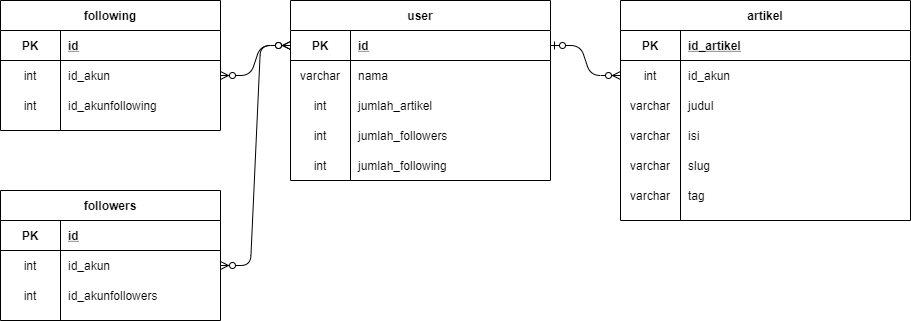
Before: public/images/erd_quiz-3.png, a diagram exported from draw.io (SatrioAkbar12/quiz-3-im-laravel-juni-2020). Source tidied: cells renumbered, new cells last; positions are measured from the earlier drawing's top-left corner, leaving out a move shared by most shapes.
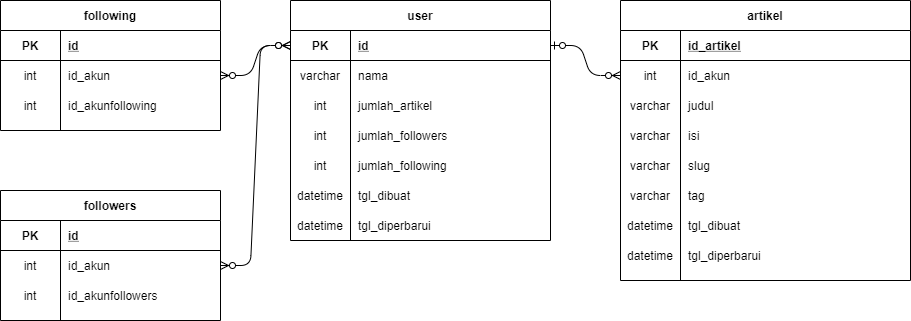
After the commit.

Commit message:
diagram erd quiz 3

The edit, as a diff of the source:
```diff
@@ -2,8 +2,17 @@
   <root>
     <mxCell id="0" />
     <mxCell id="1" parent="0" />
+    <mxCell id="18" style="edgeStyle=entityRelationEdgeStyle;fontSize=12;html=1;endArrow=ERzeroToMany;endFill=1;startArrow=ERzeroToMany;entryX=0;entryY=0.5;entryDx=0;entryDy=0;exitX=1;exitY=0.5;exitDx=0;exitDy=0;" parent="1" edge="1" source="23" target="3">
+      <mxGeometry relative="1" as="geometry" />
+    </mxCell>
+    <mxCell id="29" style="edgeStyle=entityRelationEdgeStyle;fontSize=12;html=1;endArrow=ERzeroToMany;startArrow=ERzeroToOne;exitX=1;exitY=0.5;exitDx=0;exitDy=0;entryX=0;entryY=0.5;entryDx=0;entryDy=0;" parent="1" edge="1" source="3" target="45">
+      <mxGeometry relative="1" as="geometry" />
+    </mxCell>
+    <mxCell id="40" style="edgeStyle=entityRelationEdgeStyle;fontSize=12;html=1;endArrow=ERzeroToMany;endFill=1;startArrow=ERzeroToMany;entryX=0;entryY=0.5;entryDx=0;entryDy=0;exitX=1;exitY=0.5;exitDx=0;exitDy=0;" parent="1" edge="1" source="34" target="3">
+      <mxGeometry relative="1" as="geometry" />
+    </mxCell>
     <mxCell id="2" value="user" style="shape=table;startSize=30;rowLines=0;fontStyle=1;align=center;" parent="1" vertex="1">
-      <mxGeometry x="290" width="260" height="180" as="geometry" />
+      <mxGeometry x="290" width="260" height="240" as="geometry" />
     </mxCell>
     <mxCell id="3" style="shape=partialRectangle;fillColor=none;top=0;left=0;bottom=1;right=0;points=[[0,0.5],[1,0.5]];portConstraint=eastwest;" parent="2" vertex="1">
       <mxGeometry y="30" width="260" height="30" as="geometry" />
@@ -50,9 +59,24 @@
     <mxCell id="17" value="jumlah_following" style="shape=partialRectangle;fillColor=none;top=0;left=0;bottom=0;right=0;align=left;spacingLeft=6;overflow=hidden;" parent="15" vertex="1">
       <mxGeometry x="60" width="200" height="30" as="geometry" />
     </mxCell>
-    <mxCell id="18" style="edgeStyle=entityRelationEdgeStyle;fontSize=12;html=1;endArrow=ERzeroToMany;endFill=1;startArrow=ERzeroToMany;entryX=0;entryY=0.5;entryDx=0;entryDy=0;exitX=1;exitY=0.5;exitDx=0;exitDy=0;" parent="1" edge="1" source="23" target="3">
-      <mxGeometry relative="1" as="geometry" />
-    </mxCell>
+    <mxCell id="60" style="shape=partialRectangle;fillColor=none;top=0;left=0;bottom=0;right=0;" parent="2" vertex="1">
+      <mxGeometry y="180" width="260" height="30" as="geometry" />
+    </mxCell>
+    <mxCell id="61" value="datetime" style="shape=partialRectangle;fillColor=none;top=0;left=0;bottom=0;right=0;overflow=hidden;" parent="60" vertex="1">
+      <mxGeometry width="60" height="30" as="geometry" />
+    </mxCell>
+    <mxCell id="62" value="tgl_dibuat" style="shape=partialRectangle;fillColor=none;top=0;left=0;bottom=0;right=0;align=left;spacingLeft=6;overflow=hidden;" parent="60" vertex="1">
+      <mxGeometry x="60" width="200" height="30" as="geometry" />
+    </mxCell>
+    <mxCell id="63" style="shape=partialRectangle;fillColor=none;top=0;left=0;bottom=0;right=0;" parent="2" vertex="1">
+      <mxGeometry y="210" width="260" height="30" as="geometry" />
+    </mxCell>
+    <mxCell id="64" value="datetime" style="shape=partialRectangle;fillColor=none;top=0;left=0;bottom=0;right=0;overflow=hidden;" parent="63" vertex="1">
+      <mxGeometry width="60" height="30" as="geometry" />
+    </mxCell>
+    <mxCell id="65" value="tgl_diperbarui" style="shape=partialRectangle;fillColor=none;top=0;left=0;bottom=0;right=0;align=left;spacingLeft=6;overflow=hidden;" parent="63" vertex="1">
+      <mxGeometry x="60" width="200" height="30" as="geometry" />
+    </mxCell>
     <mxCell id="19" value="following" style="shape=table;startSize=30;rowLines=0;fontStyle=1;align=center;" parent="1" vertex="1">
       <mxGeometry width="220" height="130" as="geometry" />
     </mxCell>
@@ -83,9 +107,6 @@
     <mxCell id="28" value="id_akunfollowing" style="shape=partialRectangle;fillColor=none;top=0;left=0;bottom=0;right=0;align=left;spacingLeft=6;overflow=hidden;" parent="26" vertex="1">
       <mxGeometry x="60" width="160" height="30" as="geometry" />
     </mxCell>
-    <mxCell id="29" style="edgeStyle=entityRelationEdgeStyle;fontSize=12;html=1;endArrow=ERzeroToMany;startArrow=ERzeroToOne;exitX=1;exitY=0.5;exitDx=0;exitDy=0;entryX=0;entryY=0.5;entryDx=0;entryDy=0;" parent="1" edge="1" source="3" target="45">
-      <mxGeometry relative="1" as="geometry" />
-    </mxCell>
     <mxCell id="30" value="followers" style="shape=table;startSize=30;rowLines=0;fontStyle=1;align=center;" parent="1" vertex="1">
       <mxGeometry y="190" width="220" height="130" as="geometry" />
     </mxCell>
@@ -116,11 +137,8 @@
     <mxCell id="39" value="id_akunfollowers" style="shape=partialRectangle;fillColor=none;top=0;left=0;bottom=0;right=0;align=left;spacingLeft=6;overflow=hidden;" parent="37" vertex="1">
       <mxGeometry x="60" width="160" height="30" as="geometry" />
     </mxCell>
-    <mxCell id="40" style="edgeStyle=entityRelationEdgeStyle;fontSize=12;html=1;endArrow=ERzeroToMany;endFill=1;startArrow=ERzeroToMany;entryX=0;entryY=0.5;entryDx=0;entryDy=0;exitX=1;exitY=0.5;exitDx=0;exitDy=0;" parent="1" edge="1" source="34" target="3">
-      <mxGeometry relative="1" as="geometry" />
-    </mxCell>
     <mxCell id="41" value="artikel" style="shape=table;startSize=30;rowLines=0;fontStyle=1;align=center;" parent="1" vertex="1">
-      <mxGeometry x="620" width="290" height="220" as="geometry" />
+      <mxGeometry x="620" width="290" height="280" as="geometry" />
     </mxCell>
     <mxCell id="42" style="shape=partialRectangle;fillColor=none;top=0;left=0;bottom=1;right=0;" parent="41" vertex="1">
       <mxGeometry y="30" width="290" height="30" as="geometry" />
@@ -176,5 +194,23 @@
     <mxCell id="59" value="tag" style="shape=partialRectangle;fillColor=none;top=0;left=0;bottom=0;right=0;align=left;spacingLeft=6;overflow=hidden;" parent="57" vertex="1">
       <mxGeometry x="60" width="230" height="30" as="geometry" />
     </mxCell>
+    <mxCell id="66" style="shape=partialRectangle;fillColor=none;top=0;left=0;bottom=0;right=0;" parent="41" vertex="1">
+      <mxGeometry y="210" width="290" height="30" as="geometry" />
+    </mxCell>
+    <mxCell id="67" value="datetime" style="shape=partialRectangle;fillColor=none;top=0;left=0;bottom=0;right=0;overflow=hidden;" parent="66" vertex="1">
+      <mxGeometry width="60" height="30" as="geometry" />
+    </mxCell>
+    <mxCell id="68" value="tgl_dibuat" style="shape=partialRectangle;fillColor=none;top=0;left=0;bottom=0;right=0;align=left;spacingLeft=6;overflow=hidden;" parent="66" vertex="1">
+      <mxGeometry x="60" width="230" height="30" as="geometry" />
+    </mxCell>
+    <mxCell id="69" style="shape=partialRectangle;fillColor=none;top=0;left=0;bottom=0;right=0;" parent="41" vertex="1">
+      <mxGeometry y="240" width="290" height="30" as="geometry" />
+    </mxCell>
+    <mxCell id="70" value="datetime" style="shape=partialRectangle;fillColor=none;top=0;left=0;bottom=0;right=0;overflow=hidden;" parent="69" vertex="1">
+      <mxGeometry width="60" height="30" as="geometry" />
+    </mxCell>
+    <mxCell id="71" value="tgl_diperbarui" style="shape=partialRectangle;fillColor=none;top=0;left=0;bottom=0;right=0;align=left;spacingLeft=6;overflow=hidden;" parent="69" vertex="1">
+      <mxGeometry x="60" width="230" height="30" as="geometry" />
+    </mxCell>
   </root>
 </mxGraphModel>
```
